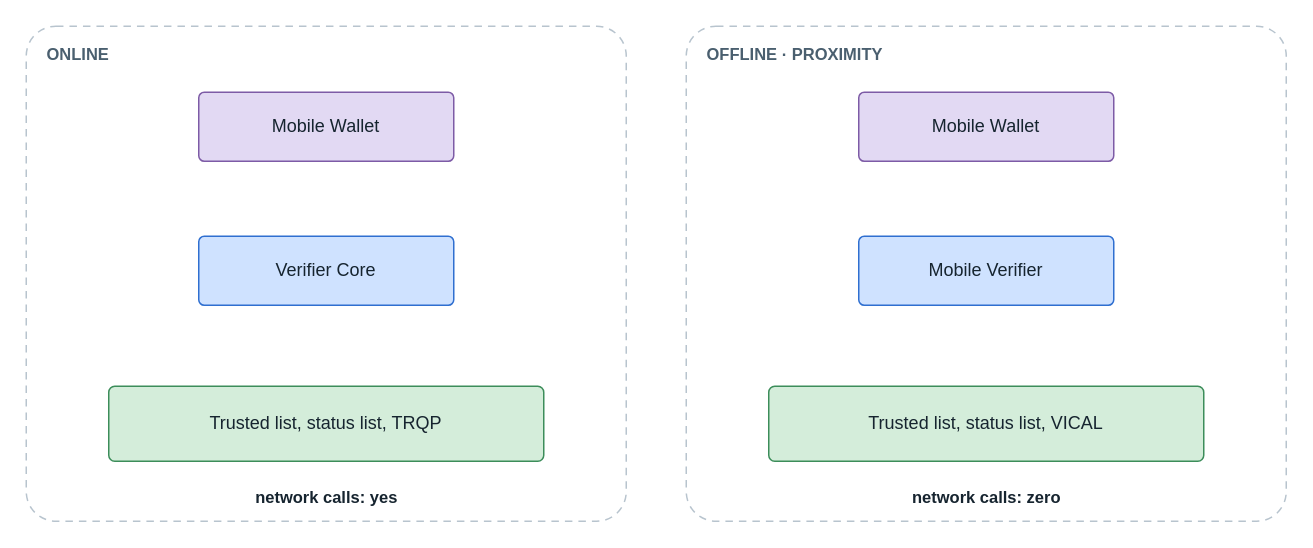
Above: images/architecture-framework/data-model-and-protocols/online-and-offline.drawio in id-verifiable-credential-dev/id-doc-idctf (draw.io), before the change. Source tidied: cells renumbered, new cells numbered last; positions are measured from the earlier drawing's top-left corner, leaving out a move shared by most shapes. Both pictures are drawn from the tidied source at 150%, with x=0, y=0 at pixel (26, 26).
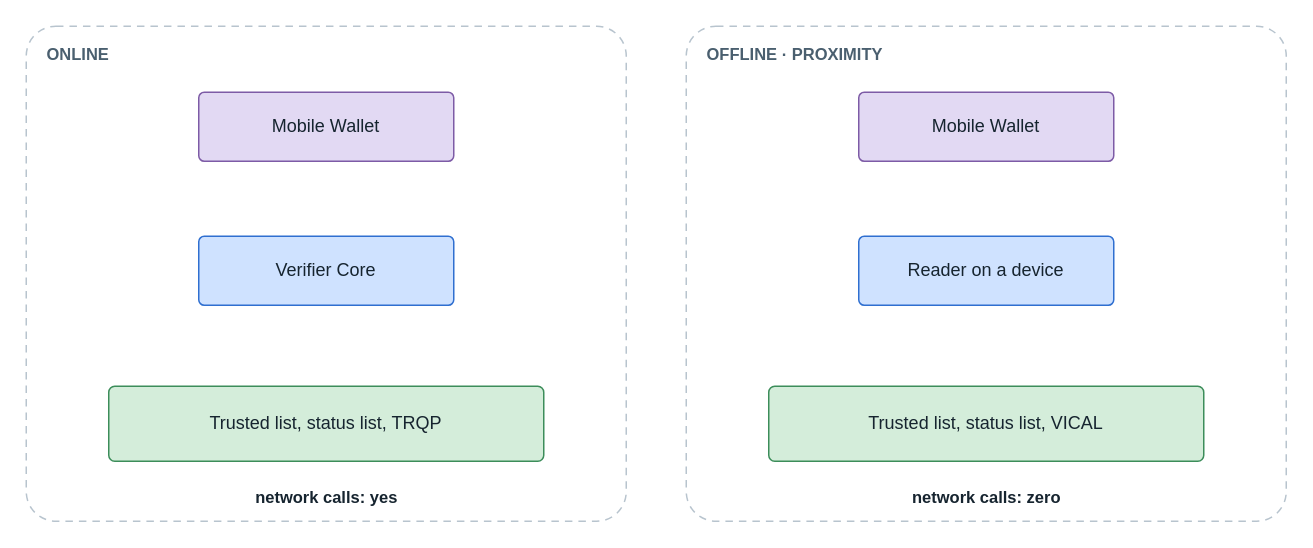
Above is the later version.

The edit, as a diff of the source:
```diff
@@
 <mxGraphModel>
   <root>
     <mxCell id="0" />
     <mxCell id="1" parent="0" />
     <mxCell id="2" value="ONLINE" style="rounded=1;arcSize=6;fillColor=none;strokeColor=#b8c4ce;dashed=1;dashPattern=5 4;verticalAlign=top;align=left;spacingLeft=12;spacingTop=6;fontSize=11;fontStyle=1;fontColor=#4a5f6f;html=1;" parent="1" vertex="1">
       <mxGeometry width="400" height="330" as="geometry" />
     </mxCell>
     <mxCell id="3" value="OFFLINE  ·  PROXIMITY" style="rounded=1;arcSize=6;fillColor=none;strokeColor=#b8c4ce;dashed=1;dashPattern=5 4;verticalAlign=top;align=left;spacingLeft=12;spacingTop=6;fontSize=11;fontStyle=1;fontColor=#4a5f6f;html=1;" parent="1" vertex="1">
       <mxGeometry x="440" width="400" height="330" as="geometry" />
     </mxCell>
     <mxCell id="4" value="Mobile Wallet" style="rounded=1;arcSize=8;fillColor=#e2d9f3;strokeColor=#7d5ba6;fontSize=12;fontColor=#16242f;html=1;whiteSpace=wrap;verticalAlign=middle;" parent="1" vertex="1">
       <mxGeometry x="115" y="44" width="170" height="46" as="geometry" />
     </mxCell>
     <mxCell id="5" value="Verifier Core" style="rounded=1;arcSize=8;fillColor=#cfe2ff;strokeColor=#2f6fd0;fontSize=12;fontColor=#16242f;html=1;whiteSpace=wrap;verticalAlign=middle;" parent="1" vertex="1">
       <mxGeometry x="115" y="140" width="170" height="46" as="geometry" />
     </mxCell>
     <mxCell id="6" value="Trusted list, status list, TRQP" style="rounded=1;arcSize=8;fillColor=#d4edda;strokeColor=#3c8d5a;fontSize=12;fontColor=#16242f;html=1;whiteSpace=wrap;verticalAlign=middle;" parent="1" vertex="1">
       <mxGeometry x="55" y="240" width="290" height="50" as="geometry" />
     </mxCell>
     <mxCell id="7" value="network calls: yes" style="text;html=1;strokeColor=none;fillColor=none;align=center;verticalAlign=middle;fontSize=11;fontColor=#16242f;fontStyle=1;" parent="1" vertex="1">
       <mxGeometry x="90" y="304" width="220" height="20" as="geometry" />
     </mxCell>
     <mxCell id="8" value="Mobile Wallet" style="rounded=1;arcSize=8;fillColor=#e2d9f3;strokeColor=#7d5ba6;fontSize=12;fontColor=#16242f;html=1;whiteSpace=wrap;verticalAlign=middle;" parent="1" vertex="1">
       <mxGeometry x="555" y="44" width="170" height="46" as="geometry" />
     </mxCell>
-    <mxCell id="9" value="Mobile Verifier" style="rounded=1;arcSize=8;fillColor=#cfe2ff;strokeColor=#2f6fd0;fontSize=12;fontColor=#16242f;html=1;whiteSpace=wrap;verticalAlign=middle;" parent="1" vertex="1">
+    <mxCell id="9" value="Reader on a device" style="rounded=1;arcSize=8;fillColor=#cfe2ff;strokeColor=#2f6fd0;fontSize=12;fontColor=#16242f;html=1;whiteSpace=wrap;verticalAlign=middle;" parent="1" vertex="1">
       <mxGeometry x="555" y="140" width="170" height="46" as="geometry" />
     </mxCell>
     <mxCell id="10" value="Trusted list, status list, VICAL" style="rounded=1;arcSize=8;fillColor=#d4edda;strokeColor=#3c8d5a;fontSize=12;fontColor=#16242f;html=1;whiteSpace=wrap;verticalAlign=middle;" parent="1" vertex="1">
       <mxGeometry x="495" y="240" width="290" height="50" as="geometry" />
     </mxCell>
     <mxCell id="11" value="network calls: zero" style="text;html=1;strokeColor=none;fillColor=none;align=center;verticalAlign=middle;fontSize=11;fontColor=#16242f;fontStyle=1;" parent="1" vertex="1">
       <mxGeometry x="530" y="304" width="220" height="20" as="geometry" />
     </mxCell>
   </root>
 </mxGraphModel>
```
